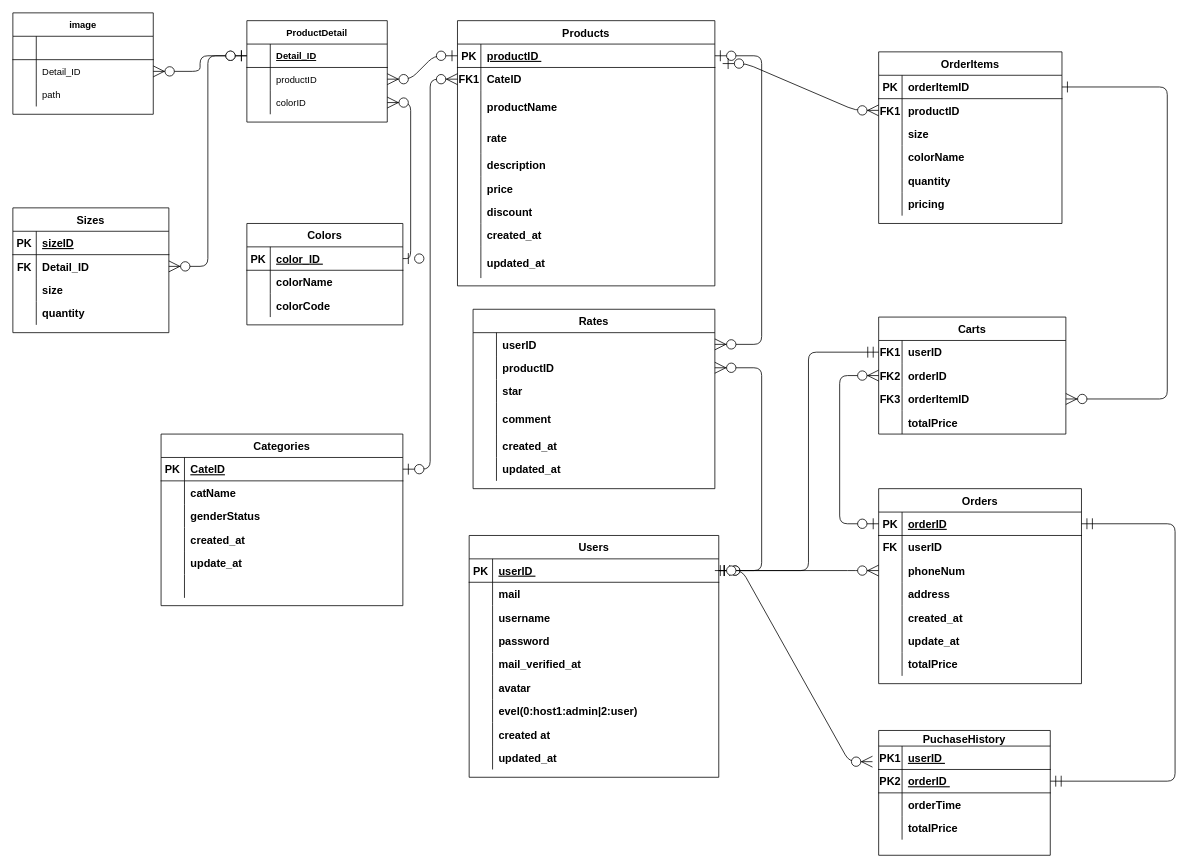
Earlier version of the draw.io diagram db.drawio (phatdat0900/shopping). Source tidied: cells renumbered, new cells numbered last; positions are measured from the earlier drawing's top-left corner, leaving out a move shared by most shapes. Both pictures are drawn from the tidied source at 78%, with x=0, y=0 at pixel (12, 12).
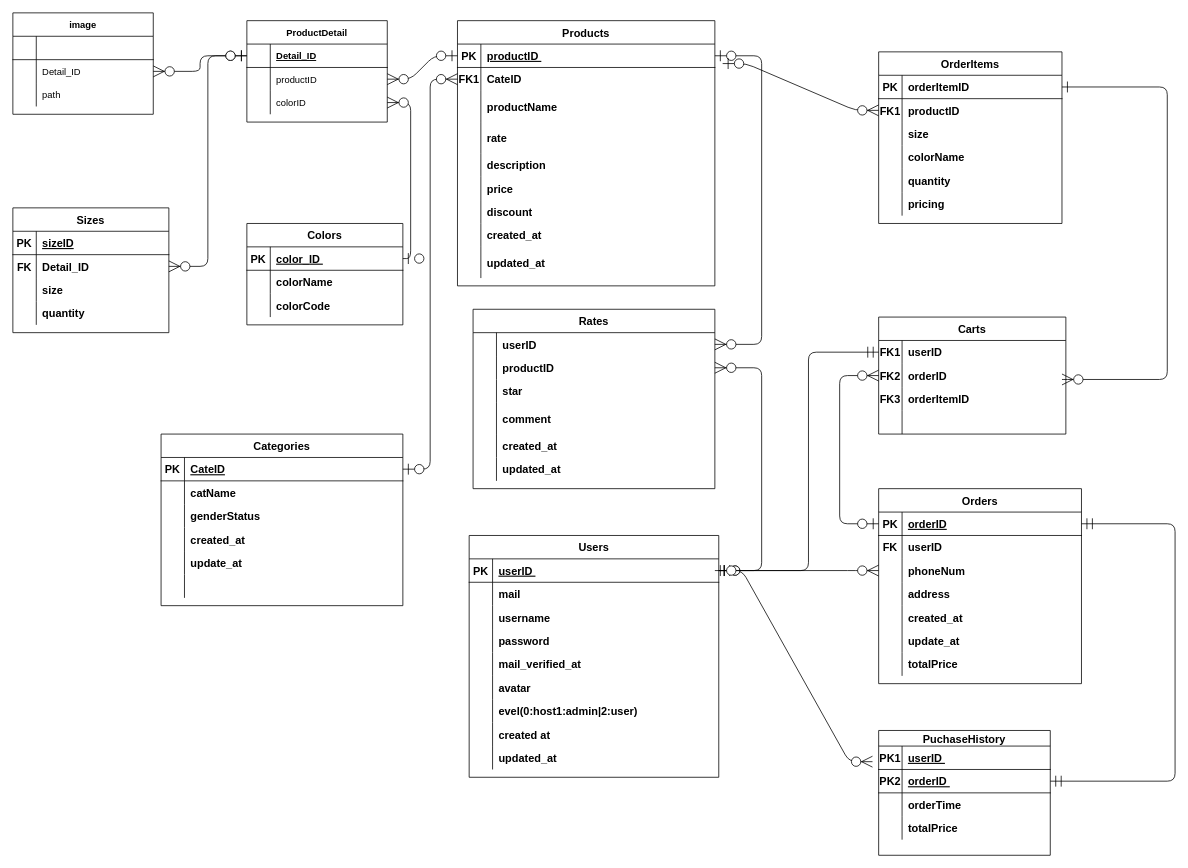
After the change.

Unchanged cells that the change refers to:
```xml
<mxCell id="91" style="shape=partialRectangle;fillColor=none;points=[[0,0.5],[1,0.5]];portConstraint=eastwest;top=0;left=0;right=0;bottom=1;fontSize=14;fontStyle=1;" parent="90" vertex="1">
  <mxGeometry y="30" width="235" height="30" as="geometry" />
</mxCell>
<mxCell id="161" style="shape=partialRectangle;fillColor=none;points=[[0,0.5],[1,0.5]];portConstraint=eastwest;top=0;left=0;right=0;bottom=0;fontSize=14;fontStyle=1;" parent="154" vertex="1">
  <mxGeometry y="90" width="240" height="30" as="geometry" />
</mxCell>
<mxCell id="164" style="shape=partialRectangle;fillColor=none;top=0;left=0;right=0;bottom=0;fontSize=14;fontStyle=1;" parent="154" vertex="1">
  <mxGeometry y="120" width="240" height="30" as="geometry" />
</mxCell>
```

Change to the diagram source:
```diff
@@
-    <mxCell id="166" value="totalPrice " style="shape=partialRectangle;overflow=hidden;fillColor=none;top=0;left=0;bottom=0;right=0;align=left;spacingLeft=6;fontSize=14;fontStyle=1;" parent="164" vertex="1">
+    <mxCell id="166" style="shape=partialRectangle;overflow=hidden;fillColor=none;top=0;left=0;bottom=0;right=0;align=left;spacingLeft=6;fontSize=14;fontStyle=1;" parent="164" vertex="1">
       <mxGeometry x="30" width="210" height="30" as="geometry" />
     </mxCell>
-    <mxCell id="167" style="edgeStyle=orthogonalEdgeStyle;endArrow=ERzeroToMany;startArrow=ERone;endFill=1;startFill=0;exitX=1;exitY=0.5;exitDx=0;exitDy=0;fontSize=14;fontStyle=1;endSize=12;startSize=12;entryX=1;entryY=0.5;entryDx=0;entryDy=0;" parent="1" edge="1" source="91" target="161">
+    <mxCell id="167" style="edgeStyle=orthogonalEdgeStyle;endArrow=ERzeroToMany;startArrow=ERone;endFill=1;startFill=0;exitX=1;exitY=0.5;exitDx=0;exitDy=0;fontSize=14;fontStyle=1;endSize=12;startSize=12;" parent="1" edge="1" source="91">
       <mxGeometry relative="1" as="geometry">
+        <mxPoint x="1345" y="470" as="targetPoint" />
         <Array as="points">
           <mxPoint x="1480" y="95" />
-          <mxPoint x="1480" y="495" />
+          <mxPoint x="1480" y="470" />
+          <mxPoint x="1350" y="470" />
         </Array>
       </mxGeometry>
     </mxCell>
```
